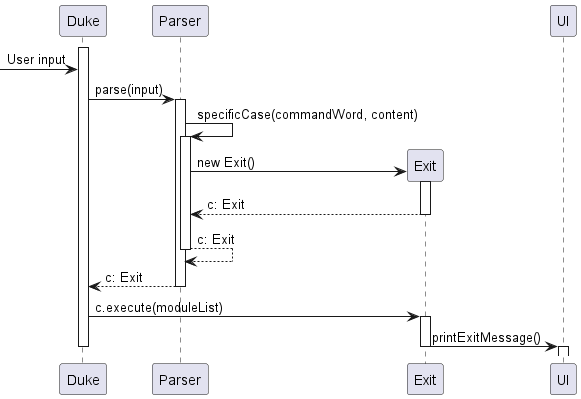
Earlier version of the PlantUML export docs/diagrams/ExitUML.png (nus-cs2113-AY2223S1/tp). Source of this version:
```plantuml
@startuml
activate Duke
[-> Duke: User input
Duke -> Parser: parse(input)
activate Parser
Parser -> Parser: specificCase(commandWord, content)
activate Parser
create Exit
Parser -> Exit: new Exit()
activate Exit
return c: Exit
return c: Exit
return c: Exit
deactivate Parser
Duke -> Exit: c.execute(moduleList)
activate Exit
Exit -> UI: printExitMessage()
deactivate Exit
activate UI
deactivate UI
deactivate Duke

@enduml
```
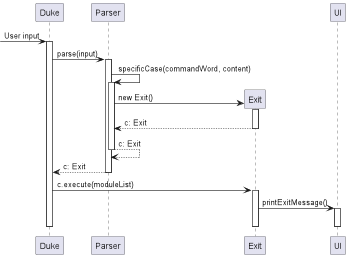
Later version of the same file.

Change to the diagram source:
```diff
@@ -1,6 +1,6 @@
 @startuml
+[-> Duke: User input
 activate Duke
-[-> Duke: User input
 Duke -> Parser: parse(input)
 activate Parser
 Parser -> Parser: specificCase(commandWord, content)
@@ -15,9 +15,9 @@
 Duke -> Exit: c.execute(moduleList)
 activate Exit
 Exit -> UI: printExitMessage()
-deactivate Exit
 activate UI
 deactivate UI
+deactivate Exit
 deactivate Duke
 
 @enduml
```
